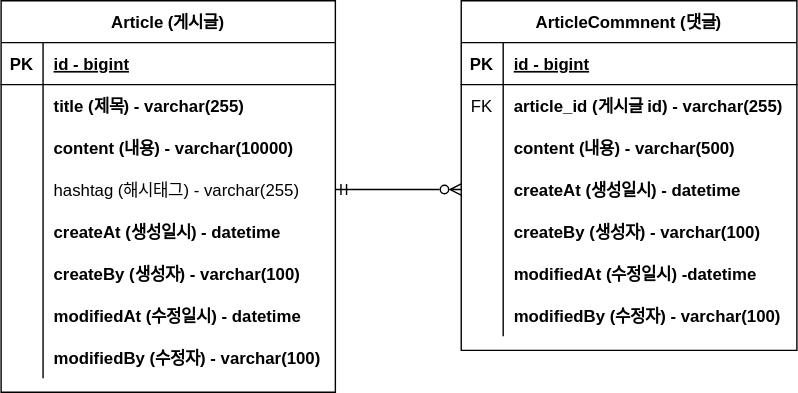
Before: documents/project-board-erd.svg, a diagram exported from draw.io (Yangrangrang/spring-workspace). Source tidied: cells renumbered, new cells last; positions are measured from the earlier drawing's top-left corner, leaving out a move shared by most shapes.
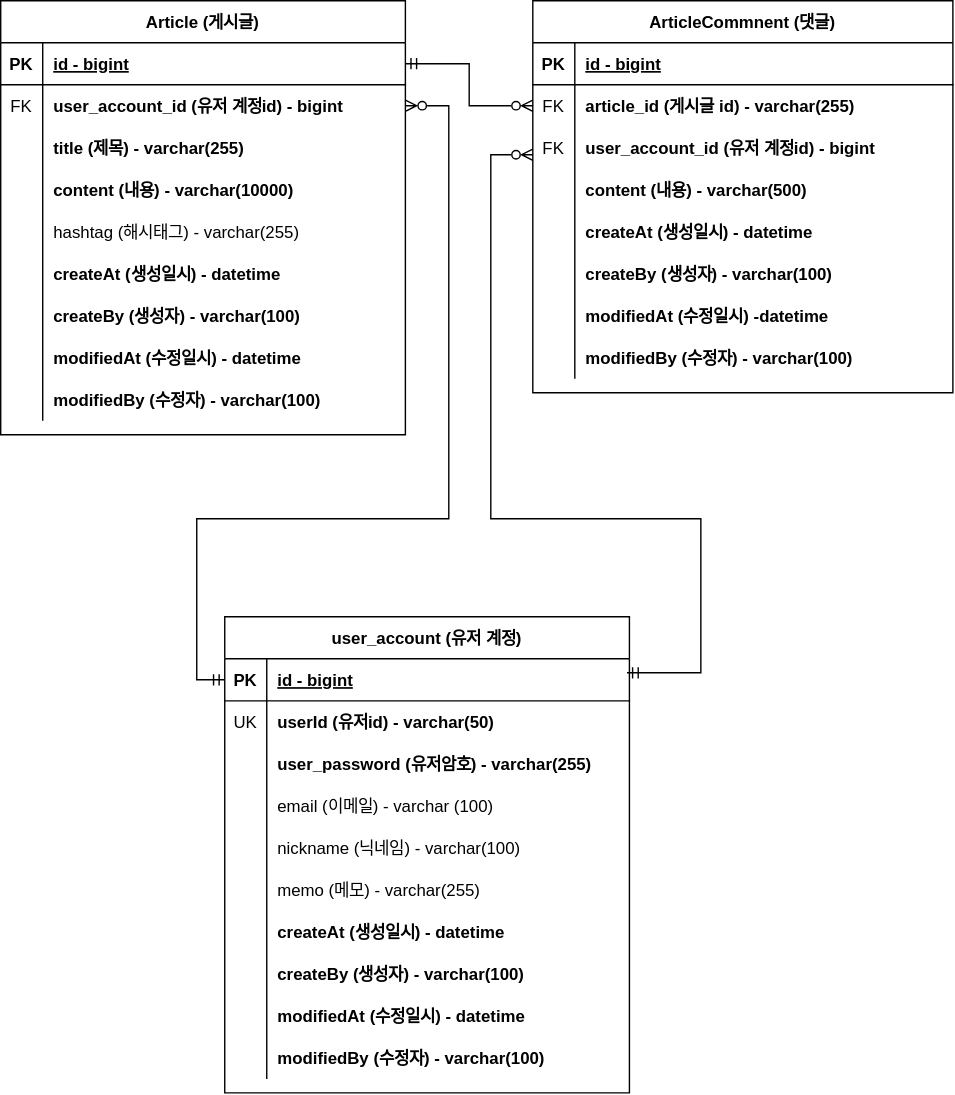
Above is the later version.

Commit message:
#30 - project-board-erd 업데이트

What changed in the source:
```diff
@@ -5,6 +5,6 @@
     <mxCell id="2" value="Article (게시글)" style="shape=table;startSize=30;rowLines=0;fontStyle=1;align=center;" parent="1" vertex="1">
-      <mxGeometry width="239" height="280" as="geometry" />
+      <mxGeometry x="-21" y="-30" width="289" height="310" as="geometry" />
     </mxCell>
     <mxCell id="3" style="shape=partialRectangle;fillColor=none;points=[[0,0.5],[1,0.5]];portConstraint=eastwest;top=0;left=0;right=0;bottom=1;" parent="2" vertex="1">
-      <mxGeometry y="30" width="239" height="30" as="geometry" />
+      <mxGeometry y="30" width="289" height="30" as="geometry" />
     </mxCell>
@@ -14,15 +14,24 @@
     <mxCell id="5" value="id - bigint" style="shape=partialRectangle;overflow=hidden;fillColor=none;top=0;left=0;bottom=0;right=0;align=left;spacingLeft=6;fontStyle=5;" parent="3" vertex="1">
-      <mxGeometry x="30" width="209" height="30" as="geometry" />
+      <mxGeometry x="30" width="259" height="30" as="geometry" />
     </mxCell>
     <mxCell id="6" style="shape=partialRectangle;fillColor=none;points=[[0,0.5],[1,0.5]];portConstraint=eastwest;top=0;left=0;right=0;bottom=0;" parent="2" vertex="1">
-      <mxGeometry y="60" width="239" height="30" as="geometry" />
+      <mxGeometry y="60" width="289" height="30" as="geometry" />
     </mxCell>
-    <mxCell id="7" style="shape=partialRectangle;overflow=hidden;fillColor=none;top=0;left=0;bottom=0;right=0;" parent="6" vertex="1">
+    <mxCell id="7" value="FK" style="shape=partialRectangle;overflow=hidden;fillColor=none;top=0;left=0;bottom=0;right=0;" parent="6" vertex="1">
       <mxGeometry width="30" height="30" as="geometry" />
     </mxCell>
-    <mxCell id="8" value="title (제목) - varchar(255)" style="shape=partialRectangle;overflow=hidden;fillColor=none;top=0;left=0;bottom=0;right=0;align=left;spacingLeft=6;fontStyle=1;" parent="6" vertex="1">
-      <mxGeometry x="30" width="209" height="30" as="geometry" />
+    <mxCell id="8" value="user_account_id (유저 계정id) - bigint" style="shape=partialRectangle;overflow=hidden;fillColor=none;top=0;left=0;bottom=0;right=0;align=left;spacingLeft=6;fontStyle=1;" parent="6" vertex="1">
+      <mxGeometry x="30" width="259" height="30" as="geometry" />
     </mxCell>
+    <mxCell id="50" style="shape=partialRectangle;fillColor=none;top=0;left=0;right=0;bottom=0;" parent="2" vertex="1">
+      <mxGeometry y="90" width="289" height="30" as="geometry" />
+    </mxCell>
+    <mxCell id="51" style="shape=partialRectangle;overflow=hidden;fillColor=none;top=0;left=0;bottom=0;right=0;" parent="50" vertex="1">
+      <mxGeometry width="30" height="30" as="geometry" />
+    </mxCell>
+    <mxCell id="52" value="title (제목) - varchar(255)" style="shape=partialRectangle;overflow=hidden;fillColor=none;top=0;left=0;bottom=0;right=0;align=left;spacingLeft=6;fontStyle=1;" parent="50" vertex="1">
+      <mxGeometry x="30" width="259" height="30" as="geometry" />
+    </mxCell>
     <mxCell id="9" style="shape=partialRectangle;fillColor=none;top=0;left=0;right=0;bottom=0;" parent="2" vertex="1">
-      <mxGeometry y="90" width="239" height="30" as="geometry" />
+      <mxGeometry y="120" width="289" height="30" as="geometry" />
     </mxCell>
@@ -32,6 +41,6 @@
     <mxCell id="11" value="content (내용) - varchar(10000)" style="shape=partialRectangle;overflow=hidden;fillColor=none;top=0;left=0;bottom=0;right=0;align=left;spacingLeft=6;fontStyle=1;" parent="9" vertex="1">
-      <mxGeometry x="30" width="209" height="30" as="geometry" />
+      <mxGeometry x="30" width="259" height="30" as="geometry" />
     </mxCell>
     <mxCell id="12" style="shape=partialRectangle;fillColor=none;points=[[0,0.5],[1,0.5]];portConstraint=eastwest;top=0;left=0;right=0;bottom=0;" parent="2" vertex="1">
-      <mxGeometry y="120" width="239" height="30" as="geometry" />
+      <mxGeometry y="150" width="289" height="30" as="geometry" />
     </mxCell>
@@ -41,6 +50,6 @@
     <mxCell id="14" value="hashtag (해시태그) - varchar(255)" style="shape=partialRectangle;overflow=hidden;fillColor=none;top=0;left=0;bottom=0;right=0;align=left;spacingLeft=6;" parent="12" vertex="1">
-      <mxGeometry x="30" width="209" height="30" as="geometry" />
+      <mxGeometry x="30" width="259" height="30" as="geometry" />
     </mxCell>
     <mxCell id="15" style="shape=partialRectangle;fillColor=none;top=0;left=0;right=0;bottom=0;" parent="2" vertex="1">
-      <mxGeometry y="150" width="239" height="30" as="geometry" />
+      <mxGeometry y="180" width="289" height="30" as="geometry" />
     </mxCell>
@@ -50,6 +59,6 @@
     <mxCell id="17" value="createAt (생성일시) - datetime" style="shape=partialRectangle;overflow=hidden;fillColor=none;top=0;left=0;bottom=0;right=0;align=left;spacingLeft=6;fontStyle=1;" parent="15" vertex="1">
-      <mxGeometry x="30" width="209" height="30" as="geometry" />
+      <mxGeometry x="30" width="259" height="30" as="geometry" />
     </mxCell>
     <mxCell id="18" style="shape=partialRectangle;fillColor=none;top=0;left=0;right=0;bottom=0;" parent="2" vertex="1">
-      <mxGeometry y="180" width="239" height="30" as="geometry" />
+      <mxGeometry y="210" width="289" height="30" as="geometry" />
     </mxCell>
@@ -59,6 +68,6 @@
     <mxCell id="20" value="createBy (생성자) - varchar(100)" style="shape=partialRectangle;overflow=hidden;fillColor=none;top=0;left=0;bottom=0;right=0;align=left;spacingLeft=6;fontStyle=1;" parent="18" vertex="1">
-      <mxGeometry x="30" width="209" height="30" as="geometry" />
+      <mxGeometry x="30" width="259" height="30" as="geometry" />
     </mxCell>
     <mxCell id="21" style="shape=partialRectangle;fillColor=none;top=0;left=0;right=0;bottom=0;" parent="2" vertex="1">
-      <mxGeometry y="210" width="239" height="30" as="geometry" />
+      <mxGeometry y="240" width="289" height="30" as="geometry" />
     </mxCell>
@@ -68,6 +77,6 @@
     <mxCell id="23" value="modifiedAt (수정일시) - datetime" style="shape=partialRectangle;overflow=hidden;fillColor=none;top=0;left=0;bottom=0;right=0;align=left;spacingLeft=6;fontStyle=1;" parent="21" vertex="1">
-      <mxGeometry x="30" width="209" height="30" as="geometry" />
+      <mxGeometry x="30" width="259" height="30" as="geometry" />
     </mxCell>
     <mxCell id="24" style="shape=partialRectangle;fillColor=none;top=0;left=0;right=0;bottom=0;" parent="2" vertex="1">
-      <mxGeometry y="240" width="239" height="30" as="geometry" />
+      <mxGeometry y="270" width="289" height="30" as="geometry" />
     </mxCell>
@@ -77,9 +86,9 @@
     <mxCell id="26" value="modifiedBy (수정자) - varchar(100)" style="shape=partialRectangle;overflow=hidden;fillColor=none;top=0;left=0;bottom=0;right=0;align=left;spacingLeft=6;fontStyle=1;" parent="24" vertex="1">
-      <mxGeometry x="30" width="209" height="30" as="geometry" />
+      <mxGeometry x="30" width="259" height="30" as="geometry" />
     </mxCell>
     <mxCell id="27" value="ArticleCommnent (댓글)" style="shape=table;startSize=30;rowLines=0;fontStyle=1;align=center;" parent="1" vertex="1">
-      <mxGeometry x="329" width="240" height="250" as="geometry" />
+      <mxGeometry x="359" y="-30" width="300" height="280" as="geometry" />
     </mxCell>
     <mxCell id="28" style="shape=partialRectangle;fillColor=none;top=0;left=0;right=0;bottom=1;" parent="27" vertex="1">
-      <mxGeometry y="30" width="240" height="30" as="geometry" />
+      <mxGeometry y="30" width="300" height="30" as="geometry" />
     </mxCell>
@@ -89,6 +98,6 @@
     <mxCell id="30" value="id - bigint" style="shape=partialRectangle;overflow=hidden;fillColor=none;top=0;left=0;bottom=0;right=0;align=left;spacingLeft=6;fontStyle=5;" parent="28" vertex="1">
-      <mxGeometry x="30" width="210" height="30" as="geometry" />
+      <mxGeometry x="30" width="270" height="30" as="geometry" />
     </mxCell>
     <mxCell id="31" style="shape=partialRectangle;fillColor=none;points=[[0,0.5],[1,0.5]];portConstraint=eastwest;top=0;left=0;right=0;bottom=0;" parent="27" vertex="1">
-      <mxGeometry y="60" width="240" height="30" as="geometry" />
+      <mxGeometry y="60" width="300" height="30" as="geometry" />
     </mxCell>
@@ -98,6 +107,15 @@
     <mxCell id="33" value="article_id (게시글 id) - varchar(255)" style="shape=partialRectangle;overflow=hidden;fillColor=none;top=0;left=0;bottom=0;right=0;align=left;spacingLeft=6;fontStyle=1;" parent="31" vertex="1">
-      <mxGeometry x="30" width="210" height="30" as="geometry" />
+      <mxGeometry x="30" width="270" height="30" as="geometry" />
     </mxCell>
+    <mxCell id="53" style="shape=partialRectangle;fillColor=none;top=0;left=0;right=0;bottom=0;" parent="27" vertex="1">
+      <mxGeometry y="90" width="300" height="30" as="geometry" />
+    </mxCell>
+    <mxCell id="54" value="FK" style="shape=partialRectangle;overflow=hidden;fillColor=none;top=0;left=0;bottom=0;right=0;" parent="53" vertex="1">
+      <mxGeometry width="30" height="30" as="geometry" />
+    </mxCell>
+    <mxCell id="55" value="user_account_id (유저 계정id) - bigint" style="shape=partialRectangle;overflow=hidden;fillColor=none;top=0;left=0;bottom=0;right=0;align=left;spacingLeft=6;fontStyle=1;" parent="53" vertex="1">
+      <mxGeometry x="30" width="270" height="30" as="geometry" />
+    </mxCell>
     <mxCell id="34" style="shape=partialRectangle;fillColor=none;top=0;left=0;right=0;bottom=0;" parent="27" vertex="1">
-      <mxGeometry y="90" width="240" height="30" as="geometry" />
+      <mxGeometry y="120" width="300" height="30" as="geometry" />
     </mxCell>
@@ -107,6 +125,6 @@
     <mxCell id="36" value="content (내용) - varchar(500)" style="shape=partialRectangle;overflow=hidden;fillColor=none;top=0;left=0;bottom=0;right=0;align=left;spacingLeft=6;fontStyle=1;" parent="34" vertex="1">
-      <mxGeometry x="30" width="210" height="30" as="geometry" />
+      <mxGeometry x="30" width="270" height="30" as="geometry" />
     </mxCell>
     <mxCell id="37" style="shape=partialRectangle;fillColor=none;points=[[0,0.5],[1,0.5]];portConstraint=eastwest;top=0;left=0;right=0;bottom=0;" parent="27" vertex="1">
-      <mxGeometry y="120" width="240" height="30" as="geometry" />
+      <mxGeometry y="150" width="300" height="30" as="geometry" />
     </mxCell>
@@ -116,6 +134,6 @@
     <mxCell id="39" value="createAt (생성일시) - datetime" style="shape=partialRectangle;overflow=hidden;fillColor=none;top=0;left=0;bottom=0;right=0;align=left;spacingLeft=6;fontStyle=1;" parent="37" vertex="1">
-      <mxGeometry x="30" width="210" height="30" as="geometry" />
+      <mxGeometry x="30" width="270" height="30" as="geometry" />
     </mxCell>
     <mxCell id="40" style="shape=partialRectangle;fillColor=none;top=0;left=0;right=0;bottom=0;" parent="27" vertex="1">
-      <mxGeometry y="150" width="240" height="30" as="geometry" />
+      <mxGeometry y="180" width="300" height="30" as="geometry" />
     </mxCell>
@@ -125,6 +143,6 @@
     <mxCell id="42" value="createBy (생성자) - varchar(100)" style="shape=partialRectangle;overflow=hidden;fillColor=none;top=0;left=0;bottom=0;right=0;align=left;spacingLeft=6;fontStyle=1;" parent="40" vertex="1">
-      <mxGeometry x="30" width="210" height="30" as="geometry" />
+      <mxGeometry x="30" width="270" height="30" as="geometry" />
     </mxCell>
     <mxCell id="43" style="shape=partialRectangle;fillColor=none;top=0;left=0;right=0;bottom=0;" parent="27" vertex="1">
-      <mxGeometry y="180" width="240" height="30" as="geometry" />
+      <mxGeometry y="210" width="300" height="30" as="geometry" />
     </mxCell>
@@ -134,6 +152,6 @@
     <mxCell id="45" value="modifiedAt (수정일시) -datetime" style="shape=partialRectangle;overflow=hidden;fillColor=none;top=0;left=0;bottom=0;right=0;align=left;spacingLeft=6;fontStyle=1;" parent="43" vertex="1">
-      <mxGeometry x="30" width="210" height="30" as="geometry" />
+      <mxGeometry x="30" width="270" height="30" as="geometry" />
     </mxCell>
     <mxCell id="46" style="shape=partialRectangle;fillColor=none;top=0;left=0;right=0;bottom=0;" parent="27" vertex="1">
-      <mxGeometry y="210" width="240" height="30" as="geometry" />
+      <mxGeometry y="240" width="300" height="30" as="geometry" />
     </mxCell>
@@ -143,7 +161,121 @@
     <mxCell id="48" value="modifiedBy (수정자) - varchar(100)" style="shape=partialRectangle;overflow=hidden;fillColor=none;top=0;left=0;bottom=0;right=0;align=left;spacingLeft=6;fontStyle=1;" parent="46" vertex="1">
-      <mxGeometry x="30" width="210" height="30" as="geometry" />
+      <mxGeometry x="30" width="270" height="30" as="geometry" />
     </mxCell>
-    <mxCell id="49" style="edgeStyle=orthogonalEdgeStyle;rounded=0;jettySize=auto;html=1;endArrow=ERzeroToMany;endFill=0;startArrow=ERmandOne;startFill=0;" parent="1" edge="1" source="12" target="37">
+    <mxCell id="49" style="edgeStyle=orthogonalEdgeStyle;rounded=0;jettySize=auto;html=1;endArrow=ERzeroToMany;endFill=0;startArrow=ERmandOne;startFill=0;" parent="1" edge="1" source="3" target="31">
       <mxGeometry relative="1" as="geometry" />
     </mxCell>
+    <mxCell id="56" value="user_account (유저 계정)" style="shape=table;startSize=30;rowLines=0;fontStyle=1;align=center;" parent="1" vertex="1">
+      <mxGeometry x="139" y="410" width="289" height="340" as="geometry" />
+    </mxCell>
+    <mxCell id="57" style="shape=partialRectangle;fillColor=none;points=[[0,0.5],[1,0.5]];portConstraint=eastwest;top=0;left=0;right=0;bottom=1;" parent="56" vertex="1">
+      <mxGeometry y="30" width="289" height="30" as="geometry" />
+    </mxCell>
+    <mxCell id="58" value="PK" style="shape=partialRectangle;overflow=hidden;fillColor=none;top=0;left=0;bottom=0;right=0;fontStyle=1;" parent="57" vertex="1">
+      <mxGeometry width="30" height="30" as="geometry" />
+    </mxCell>
+    <mxCell id="59" value="id - bigint" style="shape=partialRectangle;overflow=hidden;fillColor=none;top=0;left=0;bottom=0;right=0;align=left;spacingLeft=6;fontStyle=5;" parent="57" vertex="1">
+      <mxGeometry x="30" width="259" height="30" as="geometry" />
+    </mxCell>
+    <mxCell id="60" style="shape=partialRectangle;fillColor=none;top=0;left=0;right=0;bottom=0;" parent="56" vertex="1">
+      <mxGeometry y="60" width="289" height="30" as="geometry" />
+    </mxCell>
+    <mxCell id="61" value="UK" style="shape=partialRectangle;overflow=hidden;fillColor=none;top=0;left=0;bottom=0;right=0;" parent="60" vertex="1">
+      <mxGeometry width="30" height="30" as="geometry" />
+    </mxCell>
+    <mxCell id="62" value="userId (유저id) - varchar(50)" style="shape=partialRectangle;overflow=hidden;fillColor=none;top=0;left=0;bottom=0;right=0;align=left;spacingLeft=6;fontStyle=1;" parent="60" vertex="1">
+      <mxGeometry x="30" width="259" height="30" as="geometry" />
+    </mxCell>
+    <mxCell id="63" style="shape=partialRectangle;fillColor=none;top=0;left=0;right=0;bottom=0;" parent="56" vertex="1">
+      <mxGeometry y="90" width="289" height="30" as="geometry" />
+    </mxCell>
+    <mxCell id="64" style="shape=partialRectangle;overflow=hidden;fillColor=none;top=0;left=0;bottom=0;right=0;" parent="63" vertex="1">
+      <mxGeometry width="30" height="30" as="geometry" />
+    </mxCell>
+    <mxCell id="65" value="user_password (유저암호) - varchar(255)" style="shape=partialRectangle;overflow=hidden;fillColor=none;top=0;left=0;bottom=0;right=0;align=left;spacingLeft=6;fontStyle=1;" parent="63" vertex="1">
+      <mxGeometry x="30" width="259" height="30" as="geometry" />
+    </mxCell>
+    <mxCell id="66" style="shape=partialRectangle;fillColor=none;top=0;left=0;right=0;bottom=0;" parent="56" vertex="1">
+      <mxGeometry y="120" width="289" height="30" as="geometry" />
+    </mxCell>
+    <mxCell id="67" value="    " style="shape=partialRectangle;overflow=hidden;fillColor=none;top=0;left=0;bottom=0;right=0;" parent="66" vertex="1">
+      <mxGeometry width="30" height="30" as="geometry" />
+    </mxCell>
+    <mxCell id="68" value="email (이메일) - varchar (100)" style="shape=partialRectangle;overflow=hidden;fillColor=none;top=0;left=0;bottom=0;right=0;align=left;spacingLeft=6;fontStyle=0;" parent="66" vertex="1">
+      <mxGeometry x="30" width="259" height="30" as="geometry" />
+    </mxCell>
+    <mxCell id="69" style="shape=partialRectangle;fillColor=none;top=0;left=0;right=0;bottom=0;" parent="56" vertex="1">
+      <mxGeometry y="150" width="289" height="30" as="geometry" />
+    </mxCell>
+    <mxCell id="70" value="    " style="shape=partialRectangle;overflow=hidden;fillColor=none;top=0;left=0;bottom=0;right=0;" parent="69" vertex="1">
+      <mxGeometry width="30" height="30" as="geometry" />
+    </mxCell>
+    <mxCell id="71" value="nickname (닉네임) - varchar(100)" style="shape=partialRectangle;overflow=hidden;fillColor=none;top=0;left=0;bottom=0;right=0;align=left;spacingLeft=6;" parent="69" vertex="1">
+      <mxGeometry x="30" width="259" height="30" as="geometry" />
+    </mxCell>
+    <mxCell id="72" style="shape=partialRectangle;fillColor=none;top=0;left=0;right=0;bottom=0;" parent="56" vertex="1">
+      <mxGeometry y="180" width="289" height="30" as="geometry" />
+    </mxCell>
+    <mxCell id="73" value="    " style="shape=partialRectangle;overflow=hidden;fillColor=none;top=0;left=0;bottom=0;right=0;" parent="72" vertex="1">
+      <mxGeometry width="30" height="30" as="geometry" />
+    </mxCell>
+    <mxCell id="74" value="memo (메모) - varchar(255)" style="shape=partialRectangle;overflow=hidden;fillColor=none;top=0;left=0;bottom=0;right=0;align=left;spacingLeft=6;" parent="72" vertex="1">
+      <mxGeometry x="30" width="259" height="30" as="geometry" />
+    </mxCell>
+    <mxCell id="75" style="shape=partialRectangle;fillColor=none;top=0;left=0;right=0;bottom=0;" parent="56" vertex="1">
+      <mxGeometry y="210" width="289" height="30" as="geometry" />
+    </mxCell>
+    <mxCell id="76" value="    " style="shape=partialRectangle;overflow=hidden;fillColor=none;top=0;left=0;bottom=0;right=0;" parent="75" vertex="1">
+      <mxGeometry width="30" height="30" as="geometry" />
+    </mxCell>
+    <mxCell id="77" value="createAt (생성일시) - datetime" style="shape=partialRectangle;overflow=hidden;fillColor=none;top=0;left=0;bottom=0;right=0;align=left;spacingLeft=6;fontStyle=1;" parent="75" vertex="1">
+      <mxGeometry x="30" width="259" height="30" as="geometry" />
+    </mxCell>
+    <mxCell id="78" style="shape=partialRectangle;fillColor=none;top=0;left=0;right=0;bottom=0;" parent="56" vertex="1">
+      <mxGeometry y="240" width="289" height="30" as="geometry" />
+    </mxCell>
+    <mxCell id="79" value="    " style="shape=partialRectangle;overflow=hidden;fillColor=none;top=0;left=0;bottom=0;right=0;" parent="78" vertex="1">
+      <mxGeometry width="30" height="30" as="geometry" />
+    </mxCell>
+    <mxCell id="80" value="createBy (생성자) - varchar(100)" style="shape=partialRectangle;overflow=hidden;fillColor=none;top=0;left=0;bottom=0;right=0;align=left;spacingLeft=6;fontStyle=1;" parent="78" vertex="1">
+      <mxGeometry x="30" width="259" height="30" as="geometry" />
+    </mxCell>
+    <mxCell id="81" style="shape=partialRectangle;fillColor=none;top=0;left=0;right=0;bottom=0;" parent="56" vertex="1">
+      <mxGeometry y="270" width="289" height="30" as="geometry" />
+    </mxCell>
+    <mxCell id="82" value="    " style="shape=partialRectangle;overflow=hidden;fillColor=none;top=0;left=0;bottom=0;right=0;" parent="81" vertex="1">
+      <mxGeometry width="30" height="30" as="geometry" />
+    </mxCell>
+    <mxCell id="83" value="modifiedAt (수정일시) - datetime" style="shape=partialRectangle;overflow=hidden;fillColor=none;top=0;left=0;bottom=0;right=0;align=left;spacingLeft=6;fontStyle=1;" parent="81" vertex="1">
+      <mxGeometry x="30" width="259" height="30" as="geometry" />
+    </mxCell>
+    <mxCell id="84" style="shape=partialRectangle;fillColor=none;top=0;left=0;right=0;bottom=0;" parent="56" vertex="1">
+      <mxGeometry y="300" width="289" height="30" as="geometry" />
+    </mxCell>
+    <mxCell id="85" value="    " style="shape=partialRectangle;overflow=hidden;fillColor=none;top=0;left=0;bottom=0;right=0;" parent="84" vertex="1">
+      <mxGeometry width="30" height="30" as="geometry" />
+    </mxCell>
+    <mxCell id="86" value="modifiedBy (수정자) - varchar(100)" style="shape=partialRectangle;overflow=hidden;fillColor=none;top=0;left=0;bottom=0;right=0;align=left;spacingLeft=6;fontStyle=1;" parent="84" vertex="1">
+      <mxGeometry x="30" width="259" height="30" as="geometry" />
+    </mxCell>
+    <mxCell id="87" style="edgeStyle=orthogonalEdgeStyle;rounded=0;jettySize=auto;html=1;endArrow=ERzeroToMany;endFill=0;startArrow=ERmandOne;startFill=0;exitX=0;exitY=0.5;exitDx=0;exitDy=0;entryX=1;entryY=0.5;entryDx=0;entryDy=0;" parent="1" edge="1" source="57" target="6">
+      <mxGeometry relative="1" as="geometry">
+        <Array as="points">
+          <mxPoint x="119" y="455" />
+          <mxPoint x="119" y="340" />
+          <mxPoint x="299" y="340" />
+          <mxPoint x="299" y="45" />
+        </Array>
+      </mxGeometry>
+    </mxCell>
+    <mxCell id="88" style="edgeStyle=orthogonalEdgeStyle;rounded=0;jettySize=auto;html=1;endArrow=ERzeroToMany;endFill=0;startArrow=ERmandOne;startFill=0;exitX=0.994;exitY=0.333;exitDx=0;exitDy=0;exitPerimeter=0;" parent="1" edge="1" source="57">
+      <mxGeometry relative="1" as="geometry">
+        <mxPoint x="359" y="80" as="targetPoint" />
+        <Array as="points">
+          <mxPoint x="479" y="450" />
+          <mxPoint x="479" y="340" />
+          <mxPoint x="329" y="340" />
+          <mxPoint x="329" y="80" />
+        </Array>
+      </mxGeometry>
+    </mxCell>
   </root>
```
